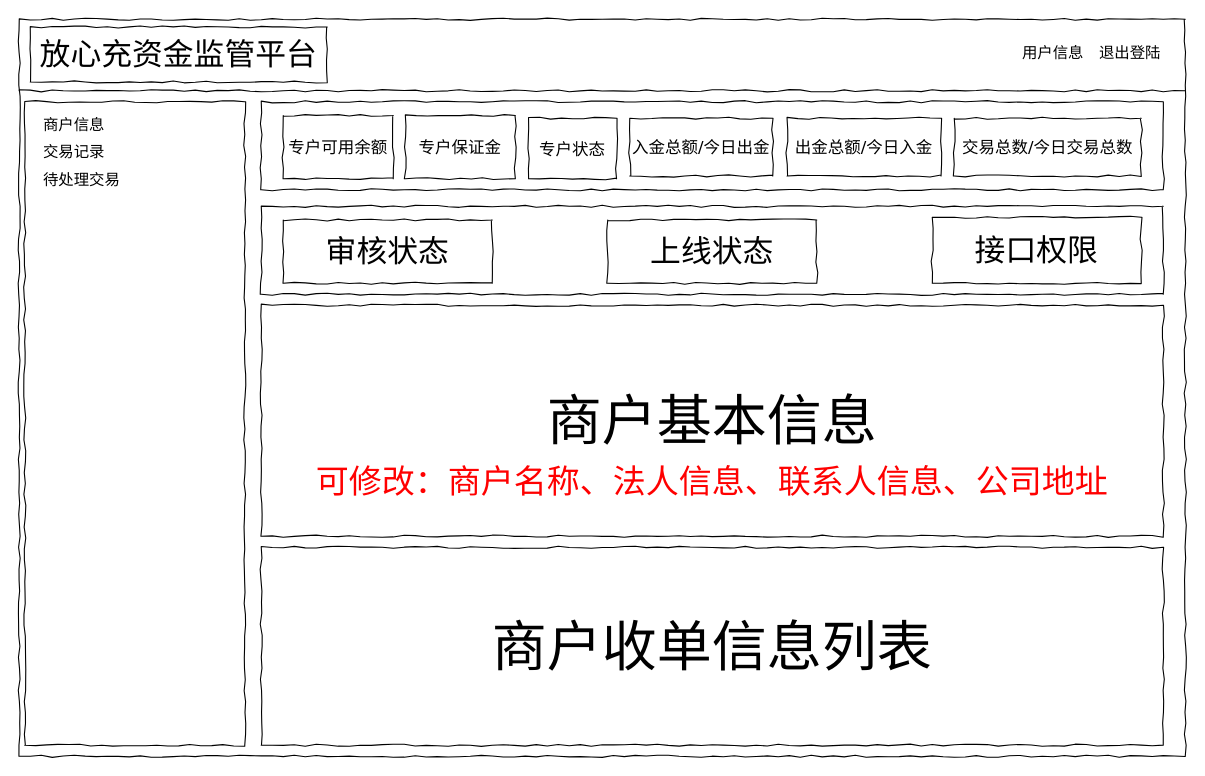
Earlier version of the draw.io diagram page "首页" (1 of 4) of lianqun/监管商户端.drawio (lz-freedom/diagrams). Source tidied: cells renumbered, new cells numbered last; positions are measured from the earlier drawing's top-left corner, leaving out a move shared by most shapes. Both pictures are drawn from the tidied source at 110%, with x=0, y=0 at pixel (19, 19).
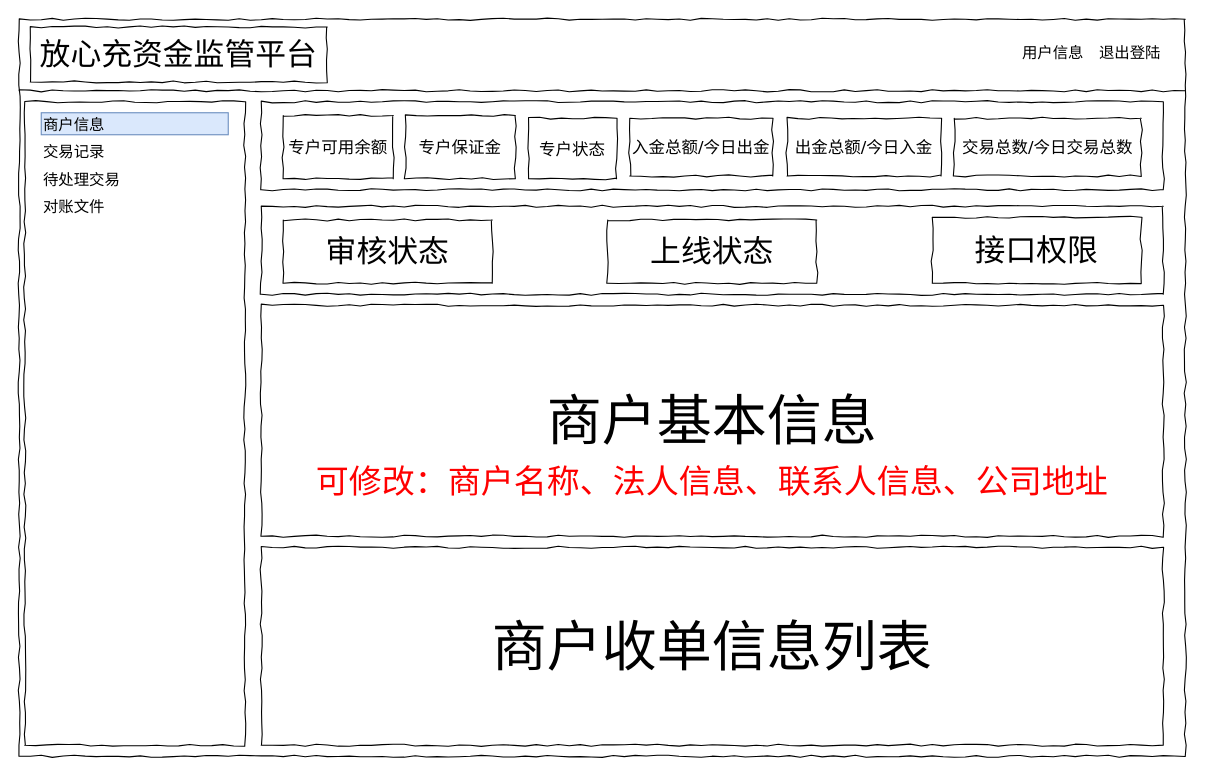
Above is the later version.

The change refers to these unchanged cells:
```xml
<mxCell id="3" style="group;" parent="1" vertex="1">
  <mxGeometry width="1060" height="670" as="geometry" />
</mxCell>
```

Change to the diagram source:
```diff
@@
-    <mxCell id="8" value="商户信息" style="text;html=1;align=left;verticalAlign=top;spacingTop=-4;fontSize=14;fontFamily=Verdana;" parent="3" vertex="1">
+    <mxCell id="8" value="商户信息" style="text;html=1;align=left;verticalAlign=top;spacingTop=-4;fontSize=14;fontFamily=Verdana;fillColor=#dae8fc;strokeColor=#6c8ebf;" parent="3" vertex="1">
       <mxGeometry x="20" y="85" width="170" height="20" as="geometry" />
     </mxCell>
@@
+    <mxCell id="27" value="对账文件" style="text;html=1;align=left;verticalAlign=top;spacingTop=-4;fontSize=14;fontFamily=Verdana;" parent="3" vertex="1">
+      <mxGeometry x="20" y="160" width="170" height="20" as="geometry" />
+    </mxCell>
```
